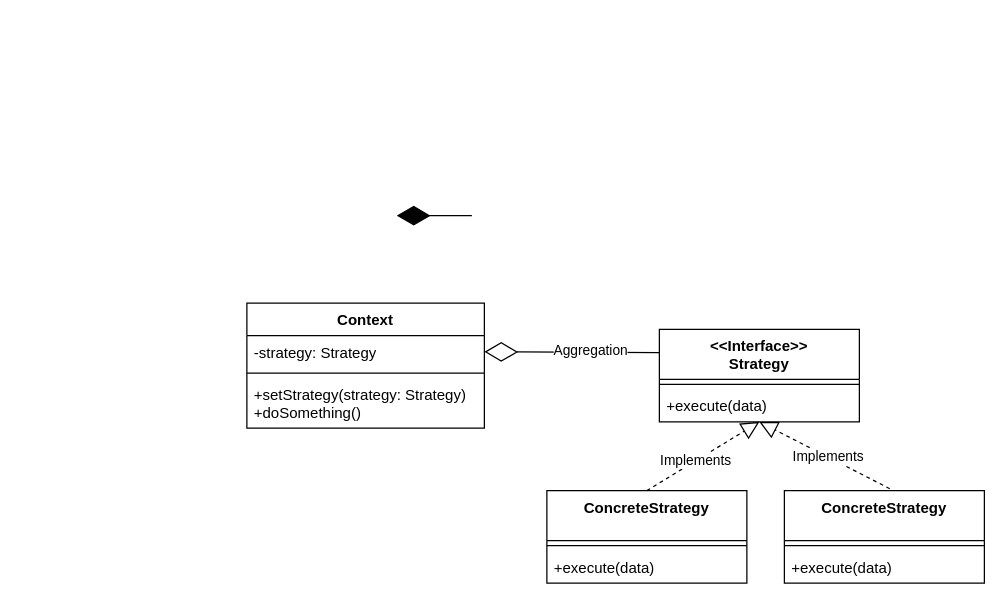
DePaulSE350/DesignPattern keeps this draw.io diagram as page "Strategy Pattern" (5 of 5) of Untitled Diagram.drawio. Above is the earlier version. Source tidied: cells renumbered, new cells numbered last; positions are measured from the earlier drawing's top-left corner, leaving out a move shared by most shapes. Both pictures are drawn from the tidied source at 125%, with x=0, y=0 at pixel (246, 215).
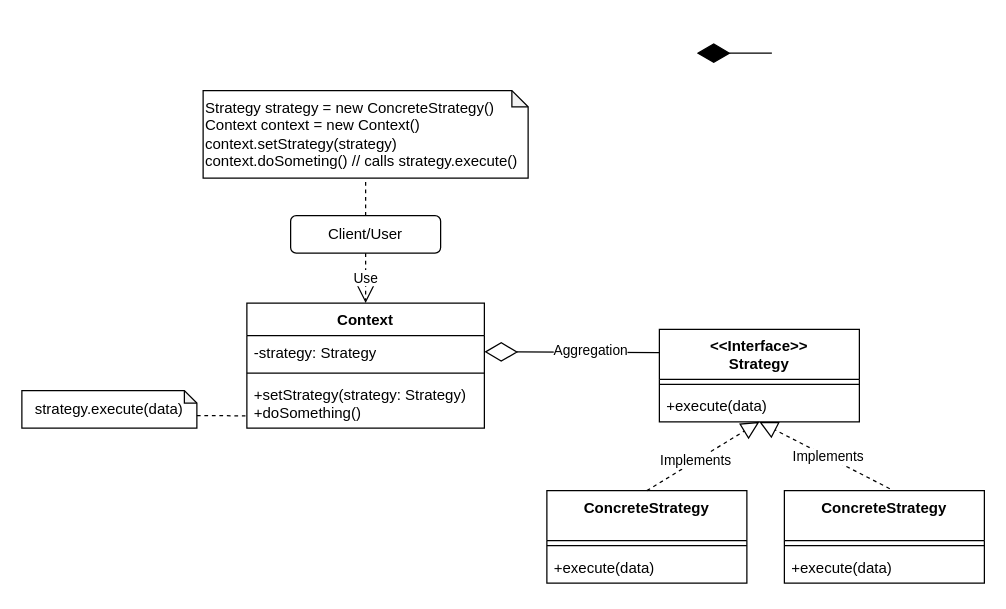
The same page after the edit.

Unchanged cells that the change refers to:
```xml
<mxCell id="2" value="Context" style="swimlane;fontStyle=1;align=center;verticalAlign=top;horizontal=1;startSize=26;whiteSpace=wrap;html=1;" parent="1" vertex="1">
  <mxGeometry y="70" width="190" height="100" as="geometry" />
</mxCell>
<mxCell id="5" value="+setStrategy(strategy: Strategy)&lt;div&gt;+doSomething()&lt;/div&gt;" style="text;strokeColor=none;fillColor=none;align=left;verticalAlign=top;spacingLeft=4;spacingRight=4;overflow=hidden;points=[[0,0.5],[1,0.5]];portConstraint=eastwest;whiteSpace=wrap;html=1;" parent="2" vertex="1">
  <mxGeometry y="60" width="190" height="40" as="geometry" />
</mxCell>
```

What changed in the source:
```diff
@@
     <mxCell id="9" style="endArrow=diamondThin;endFill=1;endSize=24;html=1;rounded=0;exitX=1;exitY=0.5;exitDx=0;exitDy=0;" parent="1" edge="1">
       <mxGeometry relative="1" as="geometry">
-        <mxPoint x="180" as="sourcePoint" />
-        <mxPoint x="120" as="targetPoint" />
+        <mxPoint x="420" y="-130" as="sourcePoint" />
+        <mxPoint x="360" y="-130" as="targetPoint" />
       </mxGeometry>
     </mxCell>
@@
+    <mxCell id="22" value="strategy.execute(data)" style="shape=note;whiteSpace=wrap;html=1;backgroundOutline=1;darkOpacity=0.05;size=10;" parent="1" vertex="1">
+      <mxGeometry x="-180" y="140" width="140" height="30" as="geometry" />
+    </mxCell>
+    <mxCell id="23" style="endArrow=none;dashed=1;html=1;rounded=0;exitX=0;exitY=0;exitDx=140;exitDy=20;exitPerimeter=0;entryX=-0.006;entryY=0.754;entryDx=0;entryDy=0;entryPerimeter=0;" parent="1" edge="1" source="22" target="5">
+      <mxGeometry relative="1" as="geometry" />
+    </mxCell>
+    <mxCell id="24" value="Strategy strategy = new ConcreteStrategy()&lt;div&gt;Context context = new Context()&lt;/div&gt;&lt;div&gt;context.setStrategy(strategy)&lt;/div&gt;&lt;div&gt;context.doSometing() // calls strategy.execute()&lt;/div&gt;" style="shape=note;whiteSpace=wrap;html=1;backgroundOutline=1;darkOpacity=0.05;size=13;align=left;" parent="1" vertex="1">
+      <mxGeometry x="-35" y="-100" width="260" height="70" as="geometry" />
+    </mxCell>
+    <mxCell id="25" value="Client/User" style="rounded=1;whiteSpace=wrap;html=1;" parent="1" vertex="1">
+      <mxGeometry x="35" width="120" height="30" as="geometry" />
+    </mxCell>
+    <mxCell id="26" value="Use" style="endArrow=open;endSize=12;dashed=1;html=1;rounded=0;exitX=0.5;exitY=1;exitDx=0;exitDy=0;entryX=0.5;entryY=0;entryDx=0;entryDy=0;" parent="1" edge="1" source="25" target="2">
+      <mxGeometry relative="1" as="geometry" />
+    </mxCell>
+    <mxCell id="27" style="endArrow=none;dashed=1;html=1;rounded=0;entryX=0.5;entryY=1;entryDx=0;entryDy=0;entryPerimeter=0;" parent="1" edge="1" source="25" target="24">
+      <mxGeometry relative="1" as="geometry" />
+    </mxCell>
```
